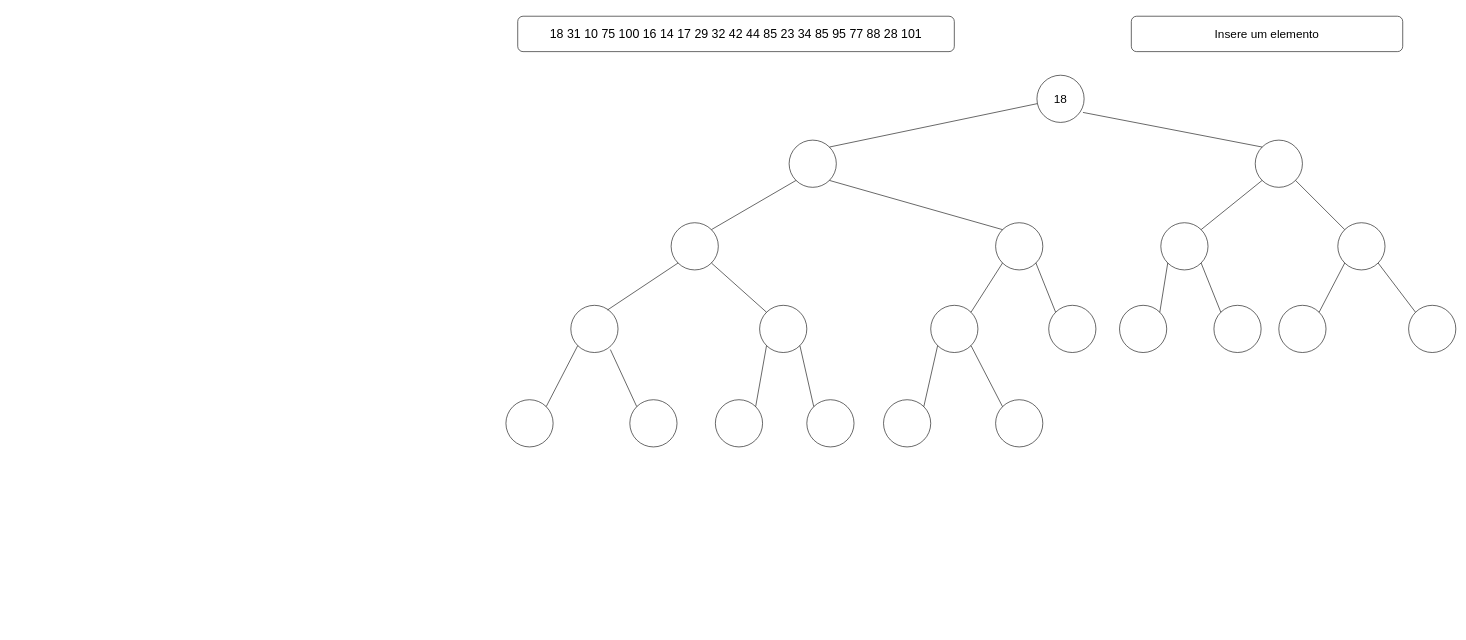
Before: page "Etapa 1" (2 of 29) of Diagram_Heap_2.drawio in Xang0/Diagramas-de-Estruturas-de-Dado, a draw.io diagram. Source tidied: cells renumbered, new cells numbered last; positions are measured from the earlier drawing's top-left corner, leaving out a move shared by most shapes. Both pictures are drawn from the tidied source at 59%, with x=0, y=0 at pixel (506, 16).
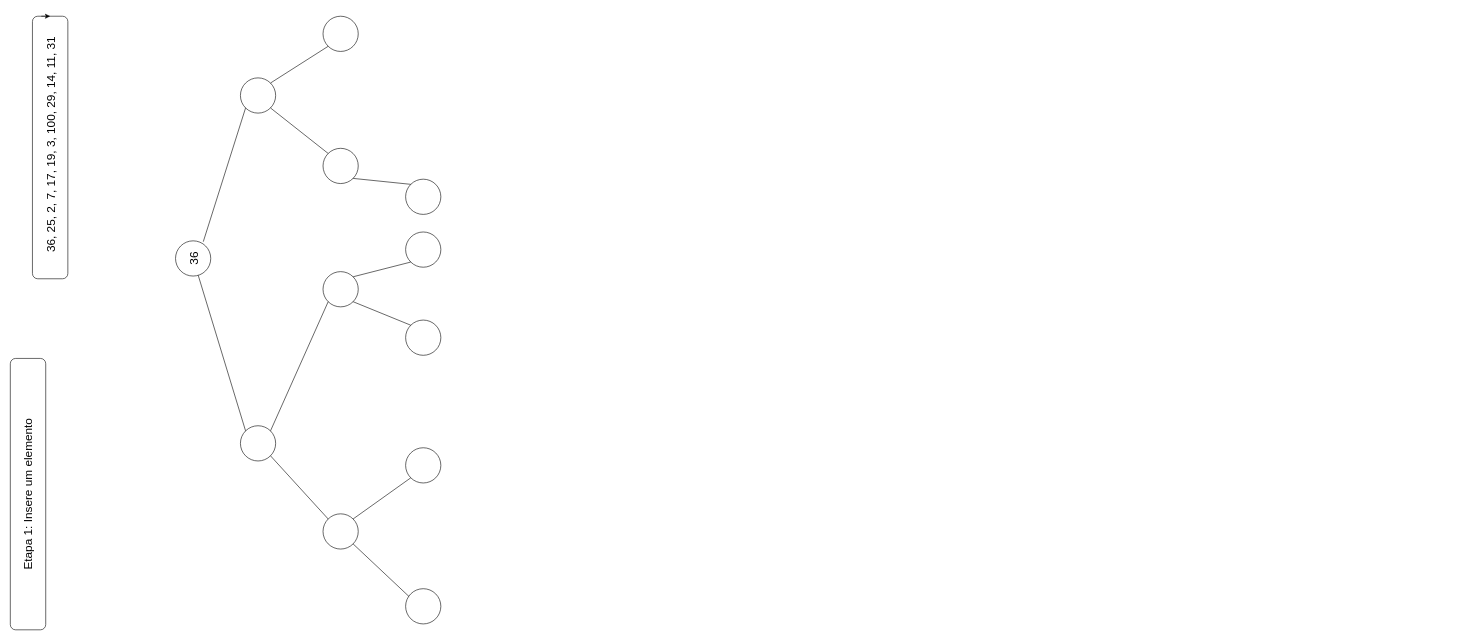
After the change.

Change to the diagram source:
```diff
@@
-    <mxCell id="0" />
-    <mxCell id="1" parent="0" />
-    <mxCell id="2" value="&lt;font style=&quot;font-size: 20px;&quot;&gt;18&lt;/font&gt;" style="ellipse;whiteSpace=wrap;html=1;" parent="1" vertex="1">
-      <mxGeometry x="900" y="100" width="80" height="80" as="geometry" />
-    </mxCell>
-    <mxCell id="3" style="ellipse;whiteSpace=wrap;html=1;" parent="1" vertex="1">
-      <mxGeometry x="480" y="210" width="80" height="80" as="geometry" />
-    </mxCell>
-    <mxCell id="4" style="ellipse;whiteSpace=wrap;html=1;" parent="1" vertex="1">
-      <mxGeometry x="1270" y="210" width="80" height="80" as="geometry" />
-    </mxCell>
-    <mxCell id="5" style="endArrow=none;html=1;rounded=0;exitX=1;exitY=0;exitDx=0;exitDy=0;" parent="1" edge="1" source="3" target="2">
-      <mxGeometry relative="1" as="geometry" />
-    </mxCell>
-    <mxCell id="6" style="endArrow=none;html=1;rounded=0;entryX=0.975;entryY=0.788;entryDx=0;entryDy=0;entryPerimeter=0;exitX=0;exitY=0;exitDx=0;exitDy=0;" parent="1" edge="1" source="4" target="2">
-      <mxGeometry relative="1" as="geometry" />
-    </mxCell>
-    <mxCell id="7" style="ellipse;whiteSpace=wrap;html=1;" parent="1" vertex="1">
-      <mxGeometry x="280" y="350" width="80" height="80" as="geometry" />
-    </mxCell>
-    <mxCell id="8" style="ellipse;whiteSpace=wrap;html=1;" parent="1" vertex="1">
-      <mxGeometry x="830" y="350" width="80" height="80" as="geometry" />
-    </mxCell>
-    <mxCell id="9" style="endArrow=none;html=1;rounded=0;entryX=0;entryY=1;entryDx=0;entryDy=0;exitX=1;exitY=0;exitDx=0;exitDy=0;" parent="1" edge="1" source="7" target="3">
-      <mxGeometry relative="1" as="geometry" />
-    </mxCell>
-    <mxCell id="10" style="endArrow=none;html=1;rounded=0;entryX=1;entryY=1;entryDx=0;entryDy=0;exitX=0;exitY=0;exitDx=0;exitDy=0;" parent="1" edge="1" source="8" target="3">
-      <mxGeometry relative="1" as="geometry" />
-    </mxCell>
-    <mxCell id="11" style="ellipse;whiteSpace=wrap;html=1;" parent="1" vertex="1">
-      <mxGeometry x="920" y="490" width="80" height="80" as="geometry" />
-    </mxCell>
-    <mxCell id="12" style="ellipse;whiteSpace=wrap;html=1;" parent="1" vertex="1">
-      <mxGeometry x="720" y="490" width="80" height="80" as="geometry" />
-    </mxCell>
-    <mxCell id="13" style="endArrow=none;html=1;rounded=0;entryX=1;entryY=1;entryDx=0;entryDy=0;exitX=0;exitY=0;exitDx=0;exitDy=0;" parent="1" edge="1" source="11" target="8">
-      <mxGeometry relative="1" as="geometry" />
-    </mxCell>
-    <mxCell id="14" style="endArrow=none;html=1;rounded=0;entryX=0;entryY=1;entryDx=0;entryDy=0;exitX=1;exitY=0;exitDx=0;exitDy=0;" parent="1" edge="1" source="12" target="8">
-      <mxGeometry relative="1" as="geometry" />
-    </mxCell>
-    <mxCell id="15" style="ellipse;whiteSpace=wrap;html=1;" parent="1" vertex="1">
-      <mxGeometry x="830" y="650" width="80" height="80" as="geometry" />
-    </mxCell>
-    <mxCell id="16" style="ellipse;whiteSpace=wrap;html=1;" parent="1" vertex="1">
-      <mxGeometry x="640" y="650" width="80" height="80" as="geometry" />
-    </mxCell>
-    <mxCell id="17" style="endArrow=none;html=1;rounded=0;entryX=1;entryY=1;entryDx=0;entryDy=0;exitX=0;exitY=0;exitDx=0;exitDy=0;" parent="1" edge="1" source="15" target="12">
-      <mxGeometry relative="1" as="geometry" />
-    </mxCell>
-    <mxCell id="18" style="endArrow=none;html=1;rounded=0;exitX=0;exitY=1;exitDx=0;exitDy=0;entryX=1;entryY=0;entryDx=0;entryDy=0;" parent="1" edge="1" source="12" target="16">
-      <mxGeometry relative="1" as="geometry" />
-    </mxCell>
-    <mxCell id="19" style="ellipse;whiteSpace=wrap;html=1;" parent="1" vertex="1">
-      <mxGeometry x="430" y="490" width="80" height="80" as="geometry" />
-    </mxCell>
-    <mxCell id="20" style="ellipse;whiteSpace=wrap;html=1;" parent="1" vertex="1">
-      <mxGeometry x="110" y="490" width="80" height="80" as="geometry" />
-    </mxCell>
-    <mxCell id="21" style="endArrow=none;html=1;rounded=0;entryX=1;entryY=1;entryDx=0;entryDy=0;exitX=0;exitY=0;exitDx=0;exitDy=0;" parent="1" edge="1" source="19" target="7">
-      <mxGeometry relative="1" as="geometry" />
-    </mxCell>
-    <mxCell id="22" style="endArrow=none;html=1;rounded=0;entryX=0;entryY=1;entryDx=0;entryDy=0;exitX=0.775;exitY=0.1;exitDx=0;exitDy=0;exitPerimeter=0;" parent="1" edge="1" source="20" target="7">
-      <mxGeometry relative="1" as="geometry" />
-    </mxCell>
-    <mxCell id="23" style="ellipse;whiteSpace=wrap;html=1;" parent="1" vertex="1">
-      <mxGeometry x="510" y="650" width="80" height="80" as="geometry" />
-    </mxCell>
-    <mxCell id="24" style="ellipse;whiteSpace=wrap;html=1;" parent="1" vertex="1">
-      <mxGeometry x="355" y="650" width="80" height="80" as="geometry" />
-    </mxCell>
-    <mxCell id="25" style="endArrow=none;html=1;rounded=0;exitX=0;exitY=1;exitDx=0;exitDy=0;entryX=1;entryY=0;entryDx=0;entryDy=0;" parent="1" edge="1" source="19" target="24">
-      <mxGeometry relative="1" as="geometry" />
-    </mxCell>
-    <mxCell id="26" style="endArrow=none;html=1;rounded=0;exitX=1;exitY=1;exitDx=0;exitDy=0;entryX=0;entryY=0;entryDx=0;entryDy=0;" parent="1" edge="1" source="19" target="23">
-      <mxGeometry relative="1" as="geometry" />
-    </mxCell>
-    <mxCell id="27" style="ellipse;whiteSpace=wrap;html=1;" parent="1" vertex="1">
-      <mxGeometry x="210" y="650" width="80" height="80" as="geometry" />
-    </mxCell>
-    <mxCell id="28" style="ellipse;whiteSpace=wrap;html=1;" parent="1" vertex="1">
-      <mxGeometry y="650" width="80" height="80" as="geometry" />
-    </mxCell>
-    <mxCell id="29" style="endArrow=none;html=1;rounded=0;exitX=0.838;exitY=0.938;exitDx=0;exitDy=0;exitPerimeter=0;entryX=0;entryY=0;entryDx=0;entryDy=0;" parent="1" edge="1" source="20" target="27">
-      <mxGeometry relative="1" as="geometry" />
-    </mxCell>
-    <mxCell id="30" style="endArrow=none;html=1;rounded=0;entryX=0;entryY=1;entryDx=0;entryDy=0;exitX=1;exitY=0;exitDx=0;exitDy=0;" parent="1" edge="1" source="28" target="20">
-      <mxGeometry relative="1" as="geometry" />
-    </mxCell>
-    <mxCell id="31" style="ellipse;whiteSpace=wrap;html=1;" parent="1" vertex="1">
-      <mxGeometry x="1110" y="350" width="80" height="80" as="geometry" />
-    </mxCell>
-    <mxCell id="32" style="ellipse;whiteSpace=wrap;html=1;" parent="1" vertex="1">
-      <mxGeometry x="1410" y="350" width="80" height="80" as="geometry" />
-    </mxCell>
-    <mxCell id="33" style="endArrow=none;html=1;rounded=0;entryX=0;entryY=1;entryDx=0;entryDy=0;exitX=1;exitY=0;exitDx=0;exitDy=0;" parent="1" edge="1" source="31" target="4">
-      <mxGeometry relative="1" as="geometry" />
-    </mxCell>
-    <mxCell id="34" style="endArrow=none;html=1;rounded=0;entryX=1;entryY=1;entryDx=0;entryDy=0;exitX=0;exitY=0;exitDx=0;exitDy=0;" parent="1" edge="1" source="32" target="4">
-      <mxGeometry relative="1" as="geometry" />
-    </mxCell>
-    <mxCell id="35" style="ellipse;whiteSpace=wrap;html=1;" parent="1" vertex="1">
-      <mxGeometry x="1040" y="490" width="80" height="80" as="geometry" />
-    </mxCell>
-    <mxCell id="36" style="ellipse;whiteSpace=wrap;html=1;" parent="1" vertex="1">
-      <mxGeometry x="1200" y="490" width="80" height="80" as="geometry" />
-    </mxCell>
-    <mxCell id="37" style="endArrow=none;html=1;rounded=0;entryX=0;entryY=1;entryDx=0;entryDy=0;exitX=1;exitY=0;exitDx=0;exitDy=0;" parent="1" edge="1" source="35" target="31">
-      <mxGeometry relative="1" as="geometry" />
-    </mxCell>
-    <mxCell id="38" style="endArrow=none;html=1;rounded=0;entryX=1;entryY=1;entryDx=0;entryDy=0;exitX=0;exitY=0;exitDx=0;exitDy=0;" parent="1" edge="1" source="36" target="31">
-      <mxGeometry relative="1" as="geometry" />
-    </mxCell>
-    <mxCell id="39" style="ellipse;whiteSpace=wrap;html=1;" parent="1" vertex="1">
-      <mxGeometry x="1310" y="490" width="80" height="80" as="geometry" />
-    </mxCell>
-    <mxCell id="40" style="ellipse;whiteSpace=wrap;html=1;" parent="1" vertex="1">
-      <mxGeometry x="1530" y="490" width="80" height="80" as="geometry" />
-    </mxCell>
-    <mxCell id="41" style="endArrow=none;html=1;rounded=0;entryX=0;entryY=1;entryDx=0;entryDy=0;exitX=1;exitY=0;exitDx=0;exitDy=0;" parent="1" edge="1" source="39" target="32">
-      <mxGeometry relative="1" as="geometry" />
-    </mxCell>
-    <mxCell id="42" style="endArrow=none;html=1;rounded=0;entryX=1;entryY=1;entryDx=0;entryDy=0;exitX=0;exitY=0;exitDx=0;exitDy=0;" parent="1" edge="1" source="40" target="32">
-      <mxGeometry relative="1" as="geometry" />
-    </mxCell>
-    <mxCell id="43" value="&lt;font style=&quot;font-size: 21px;&quot;&gt;18 31 10 75 100 16 14 17 29 32 42 44 85 23 34 85 95 77 88 28 101&lt;/font&gt;" style="rounded=1;whiteSpace=wrap;html=1;" parent="1" vertex="1">
-      <mxGeometry x="20" width="740" height="60" as="geometry" />
-    </mxCell>
-    <mxCell id="44" value="&lt;font style=&quot;font-size: 20px;&quot;&gt;Insere um elemento &lt;br&gt;&lt;/font&gt;" style="rounded=1;whiteSpace=wrap;html=1;" parent="1" vertex="1">
-      <mxGeometry x="1060" width="460" height="60" as="geometry" />
-    </mxCell>
+    <mxCell id="45" />
+    <mxCell id="46" parent="45" />
+    <mxCell id="47" style="rounded=1;whiteSpace=wrap;html=1;rotation=-90;" parent="46" vertex="1">
+      <mxGeometry x="-995" y="192.5" width="445" height="60" as="geometry" />
+    </mxCell>
+    <mxCell id="48" value="&lt;font style=&quot;font-size: 20px;&quot;&gt;&lt;span id=&quot;yui_3_17_2_1_1711497508664_1828&quot;&gt;36,&amp;nbsp;&lt;/span&gt;25,&amp;nbsp;2,&amp;nbsp;7,&amp;nbsp;17,&amp;nbsp;19,&amp;nbsp;3,&amp;nbsp;100,&amp;nbsp;29,&amp;nbsp;14,&amp;nbsp;11,&amp;nbsp;31&lt;/font&gt;" style="text;html=1;align=center;verticalAlign=middle;whiteSpace=wrap;rounded=0;rotation=-90;" parent="46" vertex="1">
+      <mxGeometry x="-1000" y="187.5" width="455" height="60" as="geometry" />
+    </mxCell>
+    <mxCell id="49" style="edgeStyle=orthogonalEdgeStyle;rounded=0;orthogonalLoop=1;jettySize=auto;html=1;exitX=1;exitY=0.25;exitDx=0;exitDy=0;entryX=1;entryY=0.5;entryDx=0;entryDy=0;" parent="46" edge="1" source="47" target="47">
+      <mxGeometry relative="1" as="geometry" />
+    </mxCell>
+    <mxCell id="50" style="group;" parent="46" vertex="1">
+      <mxGeometry x="-560" width="470" height="1030" as="geometry" />
+    </mxCell>
+    <mxCell id="51" value="&lt;font style=&quot;font-size: 20px;&quot;&gt;36&lt;/font&gt;" style="ellipse;whiteSpace=wrap;html=1;rotation=-90;" parent="50" vertex="1">
+      <mxGeometry y="380.7" width="59.7" height="59.7" as="geometry" />
+    </mxCell>
+    <mxCell id="52" style="ellipse;whiteSpace=wrap;html=1;rotation=-90;" parent="50" vertex="1">
+      <mxGeometry x="110" y="694.1" width="59.7" height="59.7" as="geometry" />
+    </mxCell>
+    <mxCell id="53" style="ellipse;whiteSpace=wrap;html=1;rotation=-90;" parent="50" vertex="1">
+      <mxGeometry x="110" y="104.5" width="59.7" height="59.7" as="geometry" />
+    </mxCell>
+    <mxCell id="54" style="endArrow=none;html=1;rounded=0;exitX=1;exitY=0;exitDx=0;exitDy=0;" parent="50" edge="1" source="52" target="51">
+      <mxGeometry relative="1" as="geometry" />
+    </mxCell>
+    <mxCell id="55" style="endArrow=none;html=1;rounded=0;entryX=0.975;entryY=0.788;entryDx=0;entryDy=0;entryPerimeter=0;exitX=0;exitY=0;exitDx=0;exitDy=0;" parent="50" edge="1" source="53" target="51">
+      <mxGeometry relative="1" as="geometry" />
+    </mxCell>
+    <mxCell id="56" style="ellipse;whiteSpace=wrap;html=1;rotation=-90;" parent="50" vertex="1">
+      <mxGeometry x="250" y="843.4" width="59.7" height="59.7" as="geometry" />
+    </mxCell>
+    <mxCell id="57" style="ellipse;whiteSpace=wrap;html=1;rotation=-90;" parent="50" vertex="1">
+      <mxGeometry x="250" y="432.9" width="59.7" height="59.7" as="geometry" />
+    </mxCell>
+    <mxCell id="58" style="endArrow=none;html=1;rounded=0;entryX=0;entryY=1;entryDx=0;entryDy=0;exitX=1;exitY=0;exitDx=0;exitDy=0;" parent="50" edge="1" source="56" target="52">
+      <mxGeometry relative="1" as="geometry" />
+    </mxCell>
+    <mxCell id="59" style="endArrow=none;html=1;rounded=0;entryX=1;entryY=1;entryDx=0;entryDy=0;exitX=0;exitY=0;exitDx=0;exitDy=0;" parent="50" edge="1" source="57" target="52">
+      <mxGeometry relative="1" as="geometry" />
+    </mxCell>
+    <mxCell id="60" style="ellipse;whiteSpace=wrap;html=1;rotation=-90;" parent="50" vertex="1">
+      <mxGeometry x="390" y="365.7" width="59.7" height="59.7" as="geometry" />
+    </mxCell>
+    <mxCell id="61" style="ellipse;whiteSpace=wrap;html=1;rotation=-90;" parent="50" vertex="1">
+      <mxGeometry x="390" y="515" width="59.7" height="59.7" as="geometry" />
+    </mxCell>
+    <mxCell id="62" style="endArrow=none;html=1;rounded=0;entryX=1;entryY=1;entryDx=0;entryDy=0;exitX=0;exitY=0;exitDx=0;exitDy=0;" parent="50" edge="1" source="60" target="57">
+      <mxGeometry relative="1" as="geometry" />
+    </mxCell>
+    <mxCell id="63" style="endArrow=none;html=1;rounded=0;entryX=0;entryY=1;entryDx=0;entryDy=0;exitX=1;exitY=0;exitDx=0;exitDy=0;" parent="50" edge="1" source="61" target="57">
+      <mxGeometry relative="1" as="geometry" />
+    </mxCell>
+    <mxCell id="64" style="ellipse;whiteSpace=wrap;html=1;rotation=-90;" parent="50" vertex="1">
+      <mxGeometry x="390" y="731.4" width="59.7" height="59.7" as="geometry" />
+    </mxCell>
+    <mxCell id="65" style="ellipse;whiteSpace=wrap;html=1;rotation=-90;" parent="50" vertex="1">
+      <mxGeometry x="390" y="970.3" width="59.7" height="59.7" as="geometry" />
+    </mxCell>
+    <mxCell id="66" style="endArrow=none;html=1;rounded=0;entryX=1;entryY=1;entryDx=0;entryDy=0;exitX=0;exitY=0;exitDx=0;exitDy=0;" parent="50" edge="1" source="64" target="56">
+      <mxGeometry relative="1" as="geometry" />
+    </mxCell>
+    <mxCell id="67" style="endArrow=none;html=1;rounded=0;entryX=0;entryY=1;entryDx=0;entryDy=0;exitX=0.775;exitY=0.1;exitDx=0;exitDy=0;exitPerimeter=0;" parent="50" edge="1" source="65" target="56">
+      <mxGeometry relative="1" as="geometry" />
+    </mxCell>
+    <mxCell id="68" style="ellipse;whiteSpace=wrap;html=1;rotation=-90;" parent="50" vertex="1">
+      <mxGeometry x="250" y="223.9" width="59.7" height="59.7" as="geometry" />
+    </mxCell>
+    <mxCell id="69" style="ellipse;whiteSpace=wrap;html=1;rotation=-90;" parent="50" vertex="1">
+      <mxGeometry x="250" width="59.7" height="59.7" as="geometry" />
+    </mxCell>
+    <mxCell id="70" style="endArrow=none;html=1;rounded=0;entryX=0;entryY=1;entryDx=0;entryDy=0;exitX=1;exitY=0;exitDx=0;exitDy=0;" parent="50" edge="1" source="68" target="53">
+      <mxGeometry relative="1" as="geometry" />
+    </mxCell>
+    <mxCell id="71" style="endArrow=none;html=1;rounded=0;entryX=1;entryY=1;entryDx=0;entryDy=0;exitX=0;exitY=0;exitDx=0;exitDy=0;" parent="50" edge="1" source="69" target="53">
+      <mxGeometry relative="1" as="geometry" />
+    </mxCell>
+    <mxCell id="72" style="ellipse;whiteSpace=wrap;html=1;rotation=-90;" parent="50" vertex="1">
+      <mxGeometry x="390" y="276.2" width="59.7" height="59.7" as="geometry" />
+    </mxCell>
+    <mxCell id="73" style="endArrow=none;html=1;rounded=0;entryX=0;entryY=1;entryDx=0;entryDy=0;exitX=1;exitY=0;exitDx=0;exitDy=0;" parent="50" edge="1" source="72" target="68">
+      <mxGeometry relative="1" as="geometry" />
+    </mxCell>
+    <mxCell id="74" value="&lt;font style=&quot;font-size: 20px;&quot;&gt;Etapa 1: Insere um elemento&lt;br&gt;&lt;/font&gt;" style="rounded=1;whiteSpace=wrap;html=1;rotation=-90;" parent="46" vertex="1">
+      <mxGeometry x="-1040" y="780" width="460" height="60" as="geometry" />
+    </mxCell>
```
